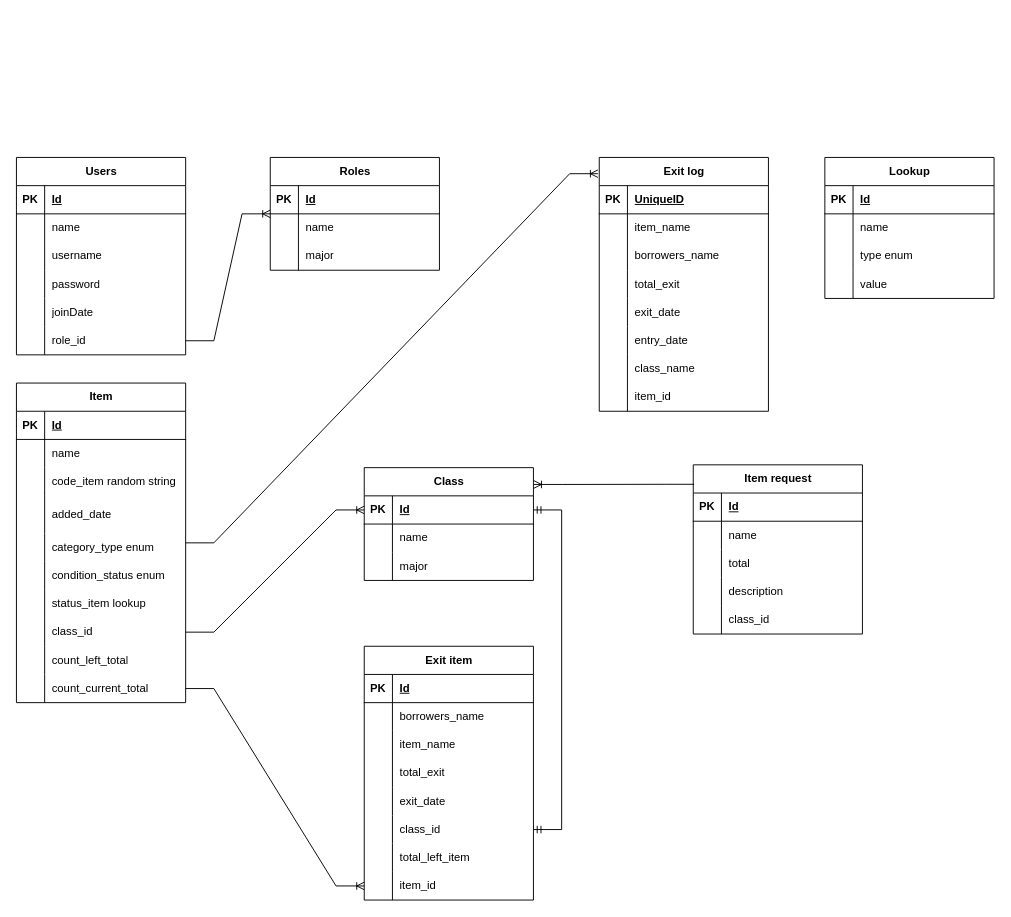
The draw.io diagram inventory-db.drawio in Haru-Kazumoto/inventory-app-be, before the edit. Source tidied: cells renumbered, new cells numbered last; positions are measured from the earlier drawing's top-left corner, leaving out a move shared by most shapes. Both pictures are drawn from the tidied source at 94%, with x=0, y=0 at pixel (16, 157).
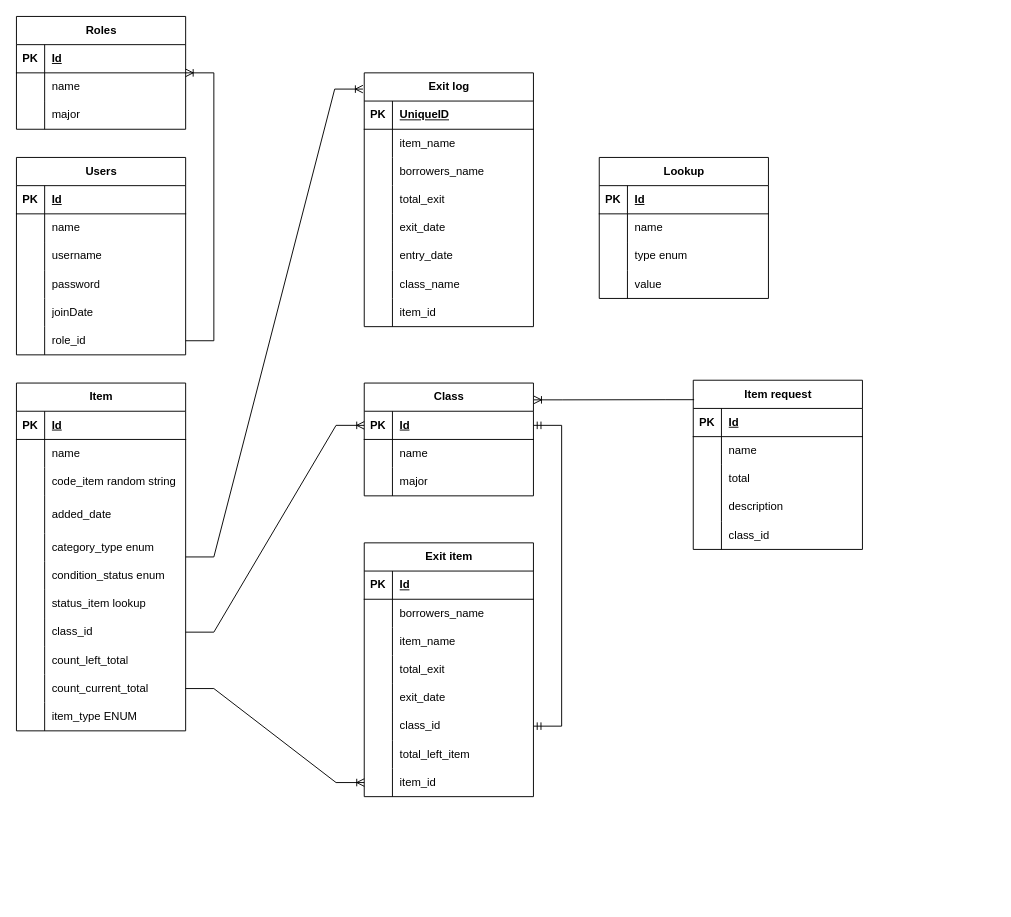
The same diagram, later.

The edit, as a diff of the source:
```diff
@@
     <mxCell id="21" value="Roles" style="shape=table;startSize=30;childLayout=tableLayout;rowLines=0;fontStyle=1;align=center;html=1;" parent="1" vertex="1">
-      <mxGeometry x="270" width="180" height="120" as="geometry" />
+      <mxGeometry y="-150" width="180" height="120" as="geometry" />
     </mxCell>
@@
     <mxCell id="32" value="Item" style="shape=table;startSize=30;childLayout=tableLayout;rowLines=0;fontStyle=1;align=center;html=1;" parent="1" vertex="1">
-      <mxGeometry y="240" width="180" height="340" as="geometry" />
+      <mxGeometry y="240" width="180" height="370" as="geometry" />
     </mxCell>
@@
+    <mxCell id="157" style="shape=tableRow;horizontal=0;startSize=0;swimlaneHead=0;swimlaneBody=0;fillColor=none;top=0;left=0;right=0;bottom=0;" parent="32" vertex="1">
+      <mxGeometry y="340" width="180" height="30" as="geometry" />
+    </mxCell>
+    <mxCell id="158" style="shape=partialRectangle;fillColor=none;top=0;left=0;bottom=0;right=0;overflow=hidden;whiteSpace=wrap;html=1;" parent="157" vertex="1">
+      <mxGeometry width="30" height="30" as="geometry" />
+    </mxCell>
+    <mxCell id="159" value="item_type ENUM" style="shape=partialRectangle;fillColor=none;top=0;left=0;bottom=0;right=0;align=left;spacingLeft=6;overflow=hidden;whiteSpace=wrap;html=1;" parent="157" vertex="1">
+      <mxGeometry x="30" width="150" height="30" as="geometry" />
+    </mxCell>
     <mxCell id="63" value="Class" style="shape=table;startSize=30;childLayout=tableLayout;rowLines=0;fontStyle=1;align=center;html=1;" parent="1" vertex="1">
-      <mxGeometry x="370" y="330" width="180" height="120" as="geometry" />
+      <mxGeometry x="370" y="240" width="180" height="120" as="geometry" />
     </mxCell>
@@
     <mxCell id="73" value="Exit item" style="shape=table;startSize=30;childLayout=tableLayout;rowLines=0;fontStyle=1;align=center;html=1;" parent="1" vertex="1">
-      <mxGeometry x="370" y="520" width="180" height="270" as="geometry" />
+      <mxGeometry x="370" y="410" width="180" height="270" as="geometry" />
     </mxCell>
@@
     <mxCell id="98" value="Exit log" style="shape=table;startSize=30;childLayout=tableLayout;rowLines=0;fontStyle=1;align=center;html=1;" parent="1" vertex="1">
-      <mxGeometry x="620" width="180" height="270" as="geometry" />
+      <mxGeometry x="370" y="-90" width="180" height="270" as="geometry" />
     </mxCell>
@@
     <mxCell id="126" value="Lookup" style="shape=table;startSize=30;childLayout=tableLayout;rowLines=0;fontStyle=1;align=center;html=1;" parent="1" vertex="1">
-      <mxGeometry x="860" width="180" height="150" as="geometry" />
+      <mxGeometry x="620" width="180" height="150" as="geometry" />
     </mxCell>
@@
     <mxCell id="140" value="Item request" style="shape=table;startSize=30;childLayout=tableLayout;rowLines=0;fontStyle=1;align=center;html=1;" parent="1" vertex="1">
-      <mxGeometry x="720" y="327" width="180" height="180" as="geometry" />
+      <mxGeometry x="720" y="237" width="180" height="180" as="geometry" />
     </mxCell>
```
